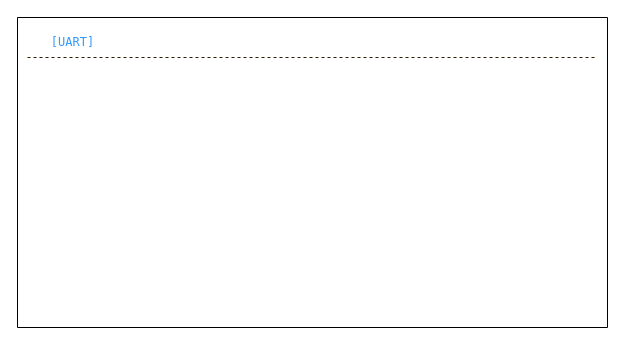
This is rcu_sw/ui-designs/uart-ui.drawio from robertholm73/software_design, a draw.io file, before an edit. Source tidied: cells renumbered, new cells numbered last; positions are measured from the earlier drawing's top-left corner, leaving out a move shared by most shapes. Both pictures are drawn from the tidied source at 100%, with x=0, y=0 at pixel (17, 17).
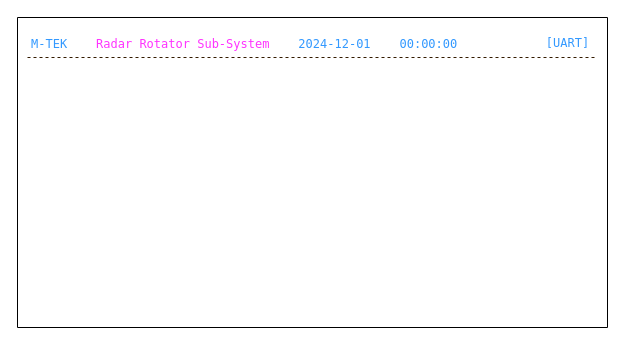
The same diagram, later.

Diff of the diagram source:
```diff
@@
 <mxGraphModel>
   <root>
     <mxCell id="0" />
     <mxCell id="1" parent="0" />
     <mxCell id="2" style="swimlane;startSize=0;" parent="1" vertex="1">
       <mxGeometry width="590" height="310" as="geometry" />
     </mxCell>
+    <mxCell id="5" value="&lt;font color=&quot;#3399ff&quot; face=&quot;Lucida Console&quot;&gt;M-TEK&amp;nbsp; &amp;nbsp; &lt;/font&gt;&lt;font color=&quot;#ff33ff&quot; face=&quot;Lucida Console&quot;&gt;Radar Rotator Sub-System&amp;nbsp; &amp;nbsp;&amp;nbsp;&lt;/font&gt;&lt;span style=&quot;color: rgb(51, 153, 255); font-family: &amp;quot;Lucida Console&amp;quot;;&quot;&gt;2024-12-01&amp;nbsp; &amp;nbsp; 00:00:00&lt;/span&gt;&lt;font color=&quot;#ff33ff&quot; face=&quot;Lucida Console&quot;&gt;&amp;nbsp;&amp;nbsp;&lt;/font&gt;" style="text;html=1;align=left;verticalAlign=middle;strokeColor=none;fillColor=default;" parent="2" vertex="1">
+      <mxGeometry x="12" y="13" width="459" height="27" as="geometry" />
+    </mxCell>
     <mxCell id="3" value="&lt;font color=&quot;#3399ff&quot; face=&quot;Lucida Console&quot;&gt;[UART]&lt;/font&gt;" style="text;html=1;align=center;verticalAlign=middle;strokeColor=none;fillColor=default;" parent="2" vertex="1">
-      <mxGeometry x="20" y="10" width="70" height="30" as="geometry" />
+      <mxGeometry x="515" y="11" width="70" height="30" as="geometry" />
     </mxCell>
     <mxCell id="4" style="endArrow=none;dashed=1;html=1;rounded=0;strokeColor=#331A00;" parent="2" edge="1">
       <mxGeometry relative="1" as="geometry">
         <mxPoint x="10" y="40" as="sourcePoint" />
         <mxPoint x="580" y="40" as="targetPoint" />
       </mxGeometry>
     </mxCell>
   </root>
 </mxGraphModel>
```
